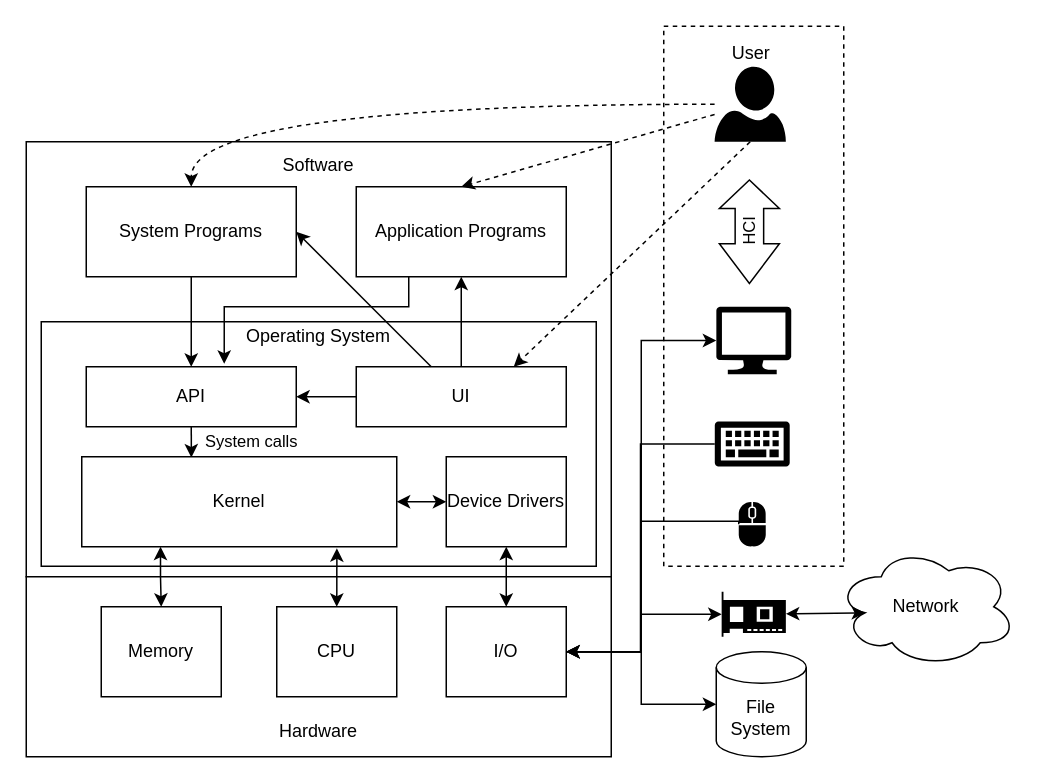
The draw.io diagram page "OS" (2 of 3) of diagrams/compute.drawio in yoadg/yoadg.github.io, before the edit. Source tidied: cells renumbered, new cells numbered last; positions are measured from the earlier drawing's top-left corner, leaving out a move shared by most shapes. Both pictures are drawn from the tidied source at 150%, with x=0, y=0 at pixel (26, 26).
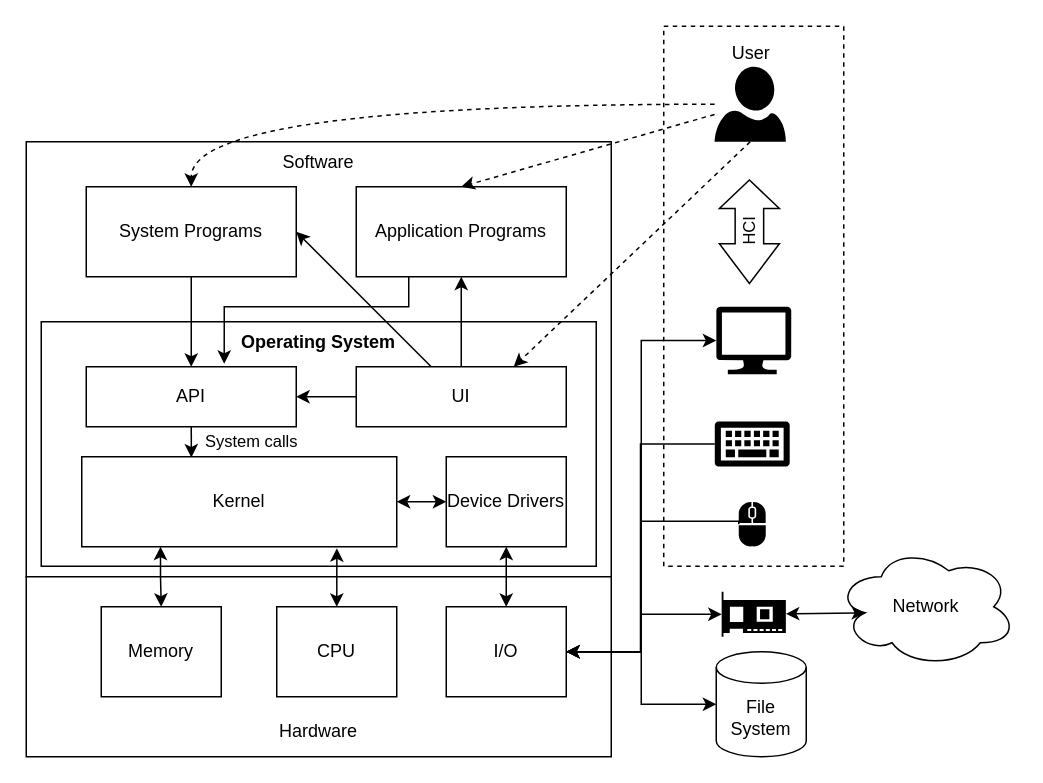
Above is the later version.

The edit, as a diff of the source:
```diff
@@
-    <mxCell id="3" value="Software&lt;br&gt;&lt;br&gt;&lt;br&gt;&lt;br&gt;&lt;br&gt;&lt;br&gt;&lt;br&gt;&lt;br&gt;&lt;br&gt;&lt;br&gt;&lt;br&gt;&lt;br&gt;&lt;br&gt;&lt;br&gt;&lt;br&gt;&lt;br&gt;&lt;br&gt;&lt;br&gt;&lt;br&gt;" style="rounded=0;whiteSpace=wrap;html=1;fillColor=#FFFFFF;fontColor=#000000;" parent="1" vertex="1">
+    <mxCell id="3" value="Software&lt;br&gt;&lt;br&gt;&lt;br&gt;&lt;br&gt;&lt;br&gt;&lt;br&gt;&lt;br&gt;&lt;br&gt;&lt;br&gt;&lt;br&gt;&lt;br&gt;" style="rounded=0;whiteSpace=wrap;html=1;fillColor=#FFFFFF;fontColor=#000000;verticalAlign=top;" parent="1" vertex="1">
       <mxGeometry y="77" width="390" height="290" as="geometry" />
     </mxCell>
@@
-    <mxCell id="5" value="Operating System&lt;br&gt;&lt;br&gt;&lt;br&gt;&lt;br&gt;&lt;br&gt;&lt;br&gt;&lt;br&gt;&lt;br&gt;&lt;br&gt;&lt;br&gt;&lt;br&gt;" style="rounded=0;whiteSpace=wrap;html=1;" parent="1" vertex="1">
+    <mxCell id="5" value="&lt;b&gt;Operating System&lt;/b&gt;" style="rounded=0;whiteSpace=wrap;html=1;verticalAlign=top;" parent="1" vertex="1">
       <mxGeometry x="10" y="197" width="370" height="163" as="geometry" />
     </mxCell>
```
